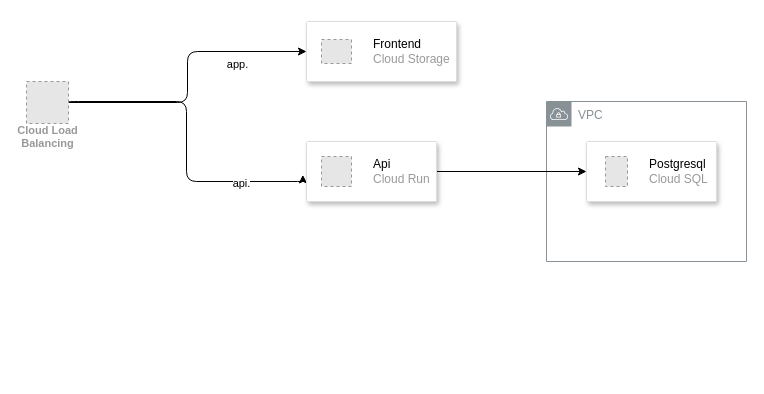
Earlier version of the draw.io diagram serverside_challenge_2/challenge/docs/infra.drawio (enechange/coding-challenge). Source tidied: cells renumbered, new cells numbered last; positions are measured from the earlier drawing's top-left corner, leaving out a move shared by most shapes. Both pictures are drawn from the tidied source at 100%, with x=0, y=0 at pixel (26, 21). Pictures stored in the file or linked from it are replaced by grey dashed boxes.
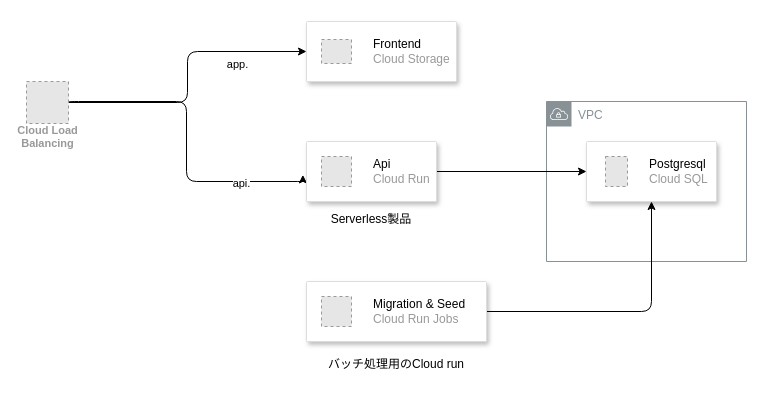
After the change.

Commit message (it also covers changes not shown here):
インフラ構成図の更新

The change refers to these unchanged cells:
```xml
<mxCell id="13" style="strokeColor=#dddddd;shadow=1;strokeWidth=1;rounded=1;absoluteArcSize=1;arcSize=2;" parent="1" vertex="1">
  <mxGeometry x="560" y="120" width="130" height="60" as="geometry" />
</mxCell>
```

Change to the diagram source:
```diff
@@
+    <mxCell id="15" style="edgeStyle=orthogonalEdgeStyle;html=1;exitX=1;exitY=0.5;exitDx=0;exitDy=0;entryX=0.5;entryY=1;entryDx=0;entryDy=0;" parent="1" edge="1" source="16" target="13">
+      <mxGeometry relative="1" as="geometry" />
+    </mxCell>
+    <mxCell id="16" style="strokeColor=#dddddd;shadow=1;strokeWidth=1;rounded=1;absoluteArcSize=1;arcSize=2;" parent="1" vertex="1">
+      <mxGeometry x="280" y="260" width="180" height="60" as="geometry" />
+    </mxCell>
+    <mxCell id="17" value="&lt;font color=&quot;#000000&quot;&gt;Migration &amp;amp; Seed&lt;/font&gt;&lt;br&gt;Cloud Run Jobs" style="fillColor=#E6E6E6;strokeColor=#999999;dashed=1;html=1;fontColor=#999999;verticalLabelPosition=middle;labelBackgroundColor=#ffffff;verticalAlign=middle;labelPosition=right;align=left;spacingLeft=20;" parent="16" vertex="1">
+      <mxGeometry width="30" height="30" relative="1" as="geometry">
+        <mxPoint x="15" y="15" as="offset" />
+      </mxGeometry>
+    </mxCell>
+    <mxCell id="18" value="Serverless製品" style="text;html=1;strokeColor=none;fillColor=none;align=center;verticalAlign=middle;whiteSpace=wrap;rounded=0;" parent="1" vertex="1">
+      <mxGeometry x="280" y="185" width="130" height="25" as="geometry" />
+    </mxCell>
+    <mxCell id="19" value="バッチ処理用のCloud run" style="text;html=1;strokeColor=none;fillColor=none;align=center;verticalAlign=middle;whiteSpace=wrap;rounded=0;" parent="1" vertex="1">
+      <mxGeometry x="280" y="330" width="180" height="25" as="geometry" />
+    </mxCell>
```
